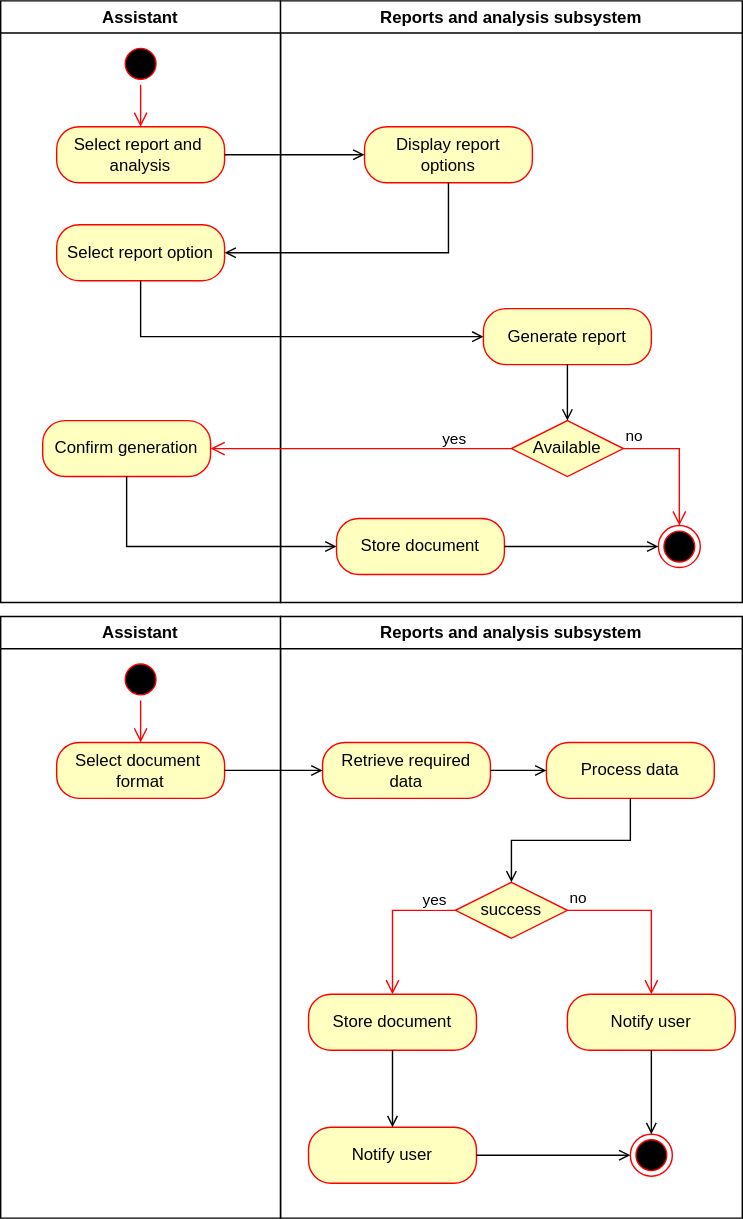
Simamkele88/IFM3_GP keeps this draw.io diagram as Reports_analysis_Activity.svg. Above is the earlier version. Source tidied: cells renumbered, new cells last; positions are measured from the earlier drawing's top-left corner, leaving out a move shared by most shapes.
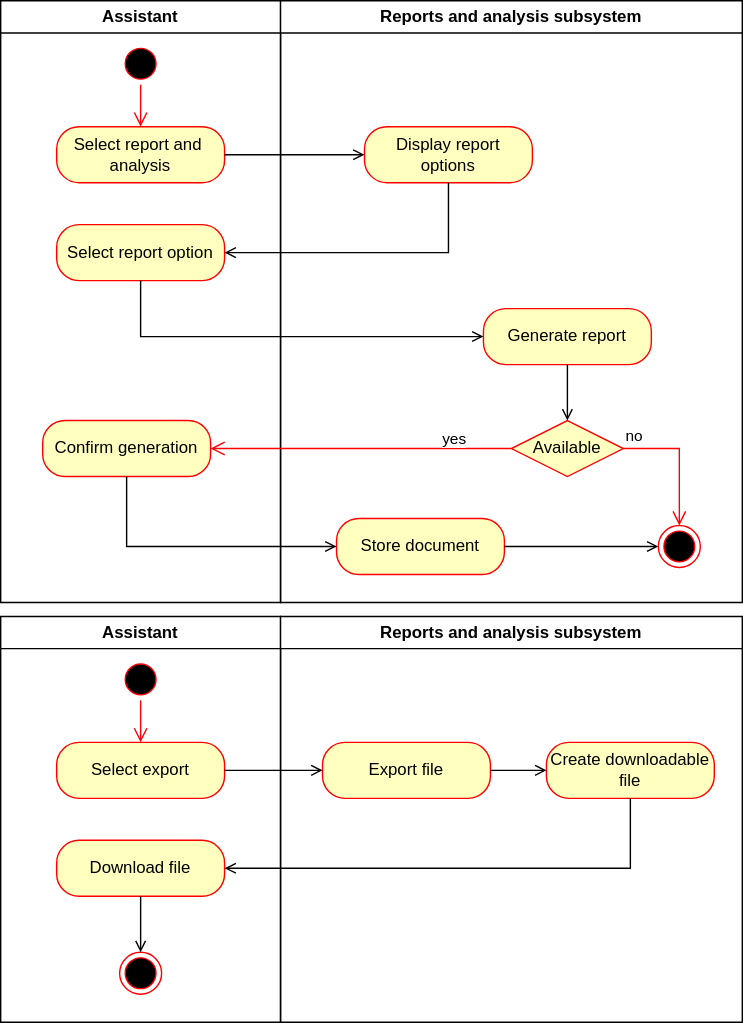
After the commit.

What changed in the source:
```diff
@@ -65,7 +65,7 @@
       <mxGeometry relative="1" as="geometry" />
     </mxCell>
     <mxCell id="18" value="Assistant" style="swimlane;whiteSpace=wrap;html=1;" parent="1" vertex="1">
-      <mxGeometry y="440" width="200" height="430" as="geometry" />
+      <mxGeometry y="440" width="200" height="290" as="geometry" />
     </mxCell>
     <mxCell id="19" style="ellipse;html=1;shape=startState;fillColor=#000000;strokeColor=#ff0000;" parent="18" vertex="1">
       <mxGeometry x="85" y="30" width="30" height="30" as="geometry" />
@@ -73,62 +73,30 @@
     <mxCell id="20" style="edgeStyle=orthogonalEdgeStyle;html=1;verticalAlign=bottom;endArrow=open;endSize=8;strokeColor=#ff0000;rounded=0;entryX=0.5;entryY=0;entryDx=0;entryDy=0;" parent="18" edge="1" source="19" target="21">
       <mxGeometry relative="1" as="geometry" />
     </mxCell>
-    <mxCell id="21" value="Select document&amp;nbsp;&lt;div&gt;format&lt;/div&gt;" style="rounded=1;whiteSpace=wrap;html=1;strokeColor=#ff0000;align=center;verticalAlign=middle;arcSize=40;fontFamily=Helvetica;fontSize=12;fontColor=#000000;fillColor=#ffffc0;" parent="18" vertex="1">
+    <mxCell id="21" value="Select export" style="rounded=1;whiteSpace=wrap;html=1;strokeColor=#ff0000;align=center;verticalAlign=middle;arcSize=40;fontFamily=Helvetica;fontSize=12;fontColor=#000000;fillColor=#ffffc0;" parent="18" vertex="1">
       <mxGeometry x="40" y="90" width="120" height="40" as="geometry" />
     </mxCell>
+    <mxCell id="42" value="Download file" style="rounded=1;whiteSpace=wrap;html=1;strokeColor=#ff0000;align=center;verticalAlign=middle;arcSize=40;fontFamily=Helvetica;fontSize=12;fontColor=#000000;fillColor=#ffffc0;" parent="18" vertex="1">
+      <mxGeometry x="40" y="160" width="120" height="40" as="geometry" />
+    </mxCell>
+    <mxCell id="43" style="ellipse;html=1;shape=endState;fillColor=#000000;strokeColor=#ff0000;" parent="18" vertex="1">
+      <mxGeometry x="85" y="240" width="30" height="30" as="geometry" />
+    </mxCell>
+    <mxCell id="44" style="endArrow=open;html=1;rounded=0;exitX=0.5;exitY=1;exitDx=0;exitDy=0;entryX=0.5;entryY=0;entryDx=0;entryDy=0;endFill=0;edgeStyle=orthogonalEdgeStyle;" parent="18" edge="1" source="42" target="43">
+      <mxGeometry relative="1" as="geometry" />
+    </mxCell>
     <mxCell id="22" value="Reports and analysis subsystem" style="swimlane;whiteSpace=wrap;html=1;" parent="1" vertex="1">
-      <mxGeometry x="200" y="440" width="330" height="430" as="geometry" />
+      <mxGeometry x="200" y="440" width="330" height="290" as="geometry" />
     </mxCell>
-    <mxCell id="23" value="Retrieve required&lt;div&gt;data&lt;span style=&quot;color: rgba(0, 0, 0, 0); font-family: monospace; font-size: 0px; text-align: start; text-wrap-mode: nowrap; background-color: transparent;&quot;&gt;%3CmxGraphModel%3E%3Croot%3E%3CmxCell%20id%3D%220%22%2F%3E%3CmxCell%20id%3D%221%22%20parent%3D%220%22%2F%3E%3CmxCell%20id%3D%222%22%20value%3D%22Request%20document%22%20style%3D%22rounded%3D1%3BwhiteSpace%3Dwrap%3Bhtml%3D1%3B%22%20vertex%3D%221%22%20parent%3D%221%22%3E%3CmxGeometry%20x%3D%22240%22%20y%3D%22340%22%20width%3D%22120%22%20height%3D%2240%22%20as%3D%22geometry%22%2F%3E%3C%2FmxCell%3E%3C%2Froot%3E%3C%2FmxGraphModel%3E&lt;/span&gt;&lt;/div&gt;" style="rounded=1;whiteSpace=wrap;html=1;strokeColor=#ff0000;align=center;verticalAlign=middle;arcSize=40;fontFamily=Helvetica;fontSize=12;fontColor=#000000;fillColor=#ffffc0;" parent="22" vertex="1">
+    <mxCell id="23" value="Export file" style="rounded=1;whiteSpace=wrap;html=1;strokeColor=#ff0000;align=center;verticalAlign=middle;arcSize=40;fontFamily=Helvetica;fontSize=12;fontColor=#000000;fillColor=#ffffc0;" parent="22" vertex="1">
       <mxGeometry x="30" y="90" width="120" height="40" as="geometry" />
     </mxCell>
-    <mxCell id="24" value="Process data" style="rounded=1;whiteSpace=wrap;html=1;strokeColor=#ff0000;align=center;verticalAlign=middle;arcSize=40;fontFamily=Helvetica;fontSize=12;fontColor=#000000;fillColor=#ffffc0;" parent="22" vertex="1">
+    <mxCell id="24" value="Create downloadable&lt;div&gt;file&lt;/div&gt;" style="rounded=1;whiteSpace=wrap;html=1;strokeColor=#ff0000;align=center;verticalAlign=middle;arcSize=40;fontFamily=Helvetica;fontSize=12;fontColor=#000000;fillColor=#ffffc0;" parent="22" vertex="1">
       <mxGeometry x="190" y="90" width="120" height="40" as="geometry" />
     </mxCell>
     <mxCell id="25" style="endArrow=open;html=1;rounded=0;exitX=1;exitY=0.5;exitDx=0;exitDy=0;entryX=0;entryY=0.5;entryDx=0;entryDy=0;endFill=0;" parent="22" edge="1" source="23" target="24">
       <mxGeometry relative="1" as="geometry" />
     </mxCell>
-    <mxCell id="26" value="success" style="rhombus;whiteSpace=wrap;html=1;fontColor=#000000;fillColor=#ffffc0;strokeColor=#ff0000;" parent="22" vertex="1">
-      <mxGeometry x="125" y="190" width="80" height="40" as="geometry" />
-    </mxCell>
-    <mxCell id="27" value="no" style="edgeStyle=orthogonalEdgeStyle;html=1;align=left;verticalAlign=bottom;endArrow=open;endSize=8;strokeColor=#ff0000;rounded=0;entryX=0.5;entryY=0;entryDx=0;entryDy=0;" parent="22" edge="1" source="26" target="30">
-      <mxGeometry x="-1" relative="1" as="geometry">
-        <Array as="points">
-          <mxPoint x="265" y="210" />
-        </Array>
-      </mxGeometry>
-    </mxCell>
-    <mxCell id="28" value="yes" style="edgeStyle=orthogonalEdgeStyle;html=1;align=left;verticalAlign=top;endArrow=open;endSize=8;strokeColor=#ff0000;rounded=0;exitX=0;exitY=0.5;exitDx=0;exitDy=0;entryX=0.5;entryY=0;entryDx=0;entryDy=0;" parent="22" edge="1" source="26" target="31">
-      <mxGeometry x="-0.52" y="-20" relative="1" as="geometry">
-        <Array as="points">
-          <mxPoint x="80" y="210" />
-        </Array>
-      </mxGeometry>
-    </mxCell>
-    <mxCell id="29" style="endArrow=open;html=1;rounded=0;exitX=0.5;exitY=1;exitDx=0;exitDy=0;entryX=0.5;entryY=0;entryDx=0;entryDy=0;endFill=0;edgeStyle=orthogonalEdgeStyle;" parent="22" edge="1" source="24" target="26">
-      <mxGeometry relative="1" as="geometry" />
-    </mxCell>
-    <mxCell id="30" value="Notify user" style="rounded=1;whiteSpace=wrap;html=1;strokeColor=#ff0000;align=center;verticalAlign=middle;arcSize=40;fontFamily=Helvetica;fontSize=12;fontColor=#000000;fillColor=#ffffc0;" parent="22" vertex="1">
-      <mxGeometry x="205" y="270" width="120" height="40" as="geometry" />
-    </mxCell>
-    <mxCell id="31" value="Store document" style="rounded=1;whiteSpace=wrap;html=1;strokeColor=#ff0000;align=center;verticalAlign=middle;arcSize=40;fontFamily=Helvetica;fontSize=12;fontColor=#000000;fillColor=#ffffc0;" parent="22" vertex="1">
-      <mxGeometry x="20" y="270" width="120" height="40" as="geometry" />
-    </mxCell>
-    <mxCell id="32" style="ellipse;html=1;shape=endState;fillColor=#000000;strokeColor=#ff0000;" parent="22" vertex="1">
-      <mxGeometry x="250" y="370" width="30" height="30" as="geometry" />
-    </mxCell>
-    <mxCell id="33" style="endArrow=open;html=1;rounded=0;exitX=0.5;exitY=1;exitDx=0;exitDy=0;endFill=0;entryX=0.5;entryY=0;entryDx=0;entryDy=0;" parent="22" edge="1" source="30" target="32">
-      <mxGeometry relative="1" as="geometry" />
-    </mxCell>
-    <mxCell id="34" value="Notify user" style="rounded=1;whiteSpace=wrap;html=1;strokeColor=#ff0000;align=center;verticalAlign=middle;arcSize=40;fontFamily=Helvetica;fontSize=12;fontColor=#000000;fillColor=#ffffc0;" parent="22" vertex="1">
-      <mxGeometry x="20" y="365" width="120" height="40" as="geometry" />
-    </mxCell>
-    <mxCell id="35" style="endArrow=open;html=1;rounded=0;exitX=0.5;exitY=1;exitDx=0;exitDy=0;endFill=0;entryX=0.5;entryY=0;entryDx=0;entryDy=0;" parent="22" edge="1" source="31" target="34">
-      <mxGeometry relative="1" as="geometry" />
-    </mxCell>
-    <mxCell id="36" style="endArrow=open;html=1;rounded=0;exitX=1;exitY=0.5;exitDx=0;exitDy=0;entryX=0;entryY=0.5;entryDx=0;entryDy=0;endFill=0;" parent="22" edge="1" source="34" target="32">
-      <mxGeometry relative="1" as="geometry" />
-    </mxCell>
     <mxCell id="37" style="endArrow=open;html=1;rounded=0;exitX=1;exitY=0.5;exitDx=0;exitDy=0;entryX=0;entryY=0.5;entryDx=0;entryDy=0;endFill=0;" parent="1" edge="1" source="21" target="23">
       <mxGeometry relative="1" as="geometry" />
     </mxCell>
@@ -156,5 +124,8 @@
         </Array>
       </mxGeometry>
     </mxCell>
+    <mxCell id="45" style="endArrow=open;html=1;rounded=0;exitX=0.5;exitY=1;exitDx=0;exitDy=0;entryX=1;entryY=0.5;entryDx=0;entryDy=0;endFill=0;edgeStyle=orthogonalEdgeStyle;" parent="1" edge="1" source="24" target="42">
+      <mxGeometry relative="1" as="geometry" />
+    </mxCell>
   </root>
 </mxGraphModel>
```
